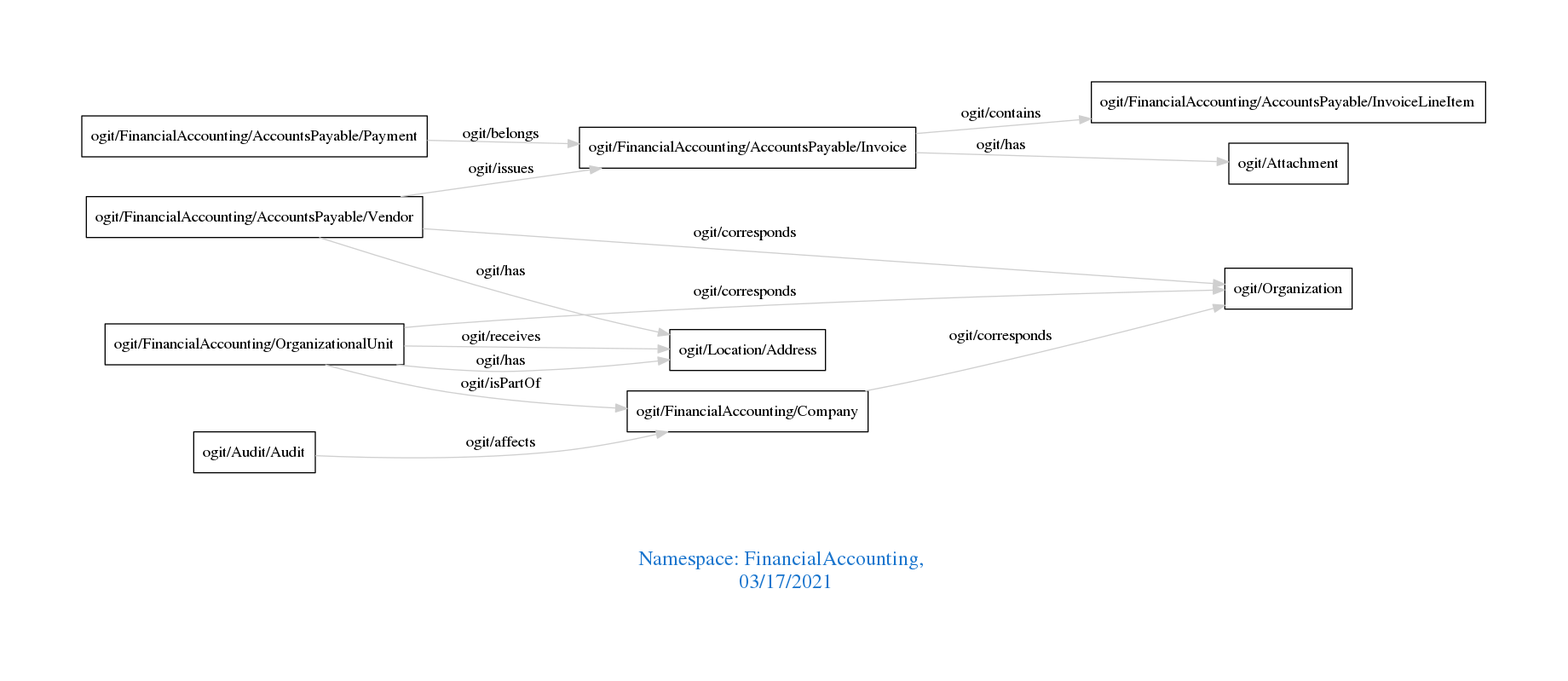
arago/OGIT keeps this Graphviz diagram as downloads/FinancialAccounting.png. Above is the earlier version. Its source is kept beside it as downloads/FinancialAccounting.dot.
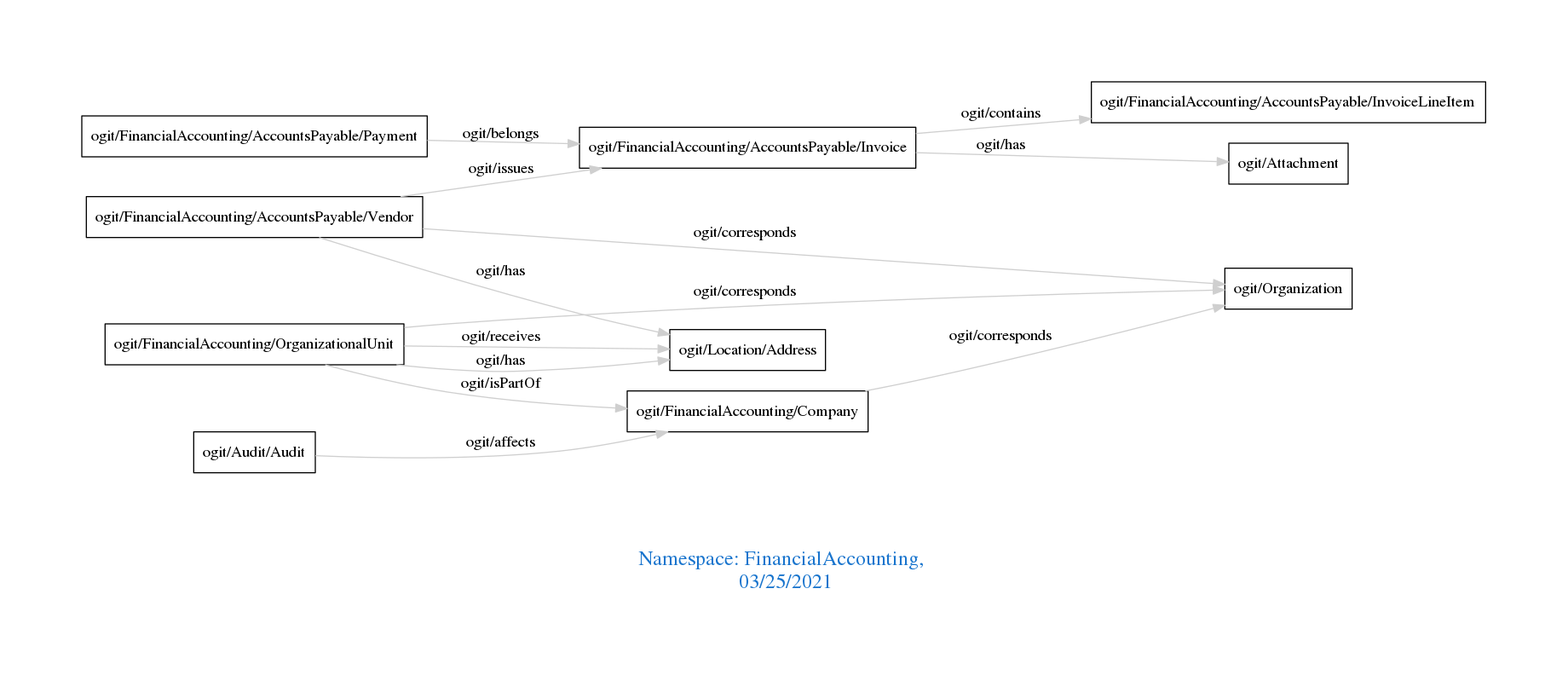
The same diagram one commit later.

Change to the diagram source:
```diff
@@ -1,7 +1,7 @@
 digraph OGIT_ontology {
  graph [ rankdir= LR,pad=1
 fontsize = 18,
-fontcolor= dodgerblue3,label = "\n\n\nNamespace: FinancialAccounting, \n 03/17/2021"];
+fontcolor= dodgerblue3,label = "\n\n\nNamespace: FinancialAccounting, \n 03/25/2021"];
 node[shape=polygon];
 edge [  color="gray81"];
 
```
